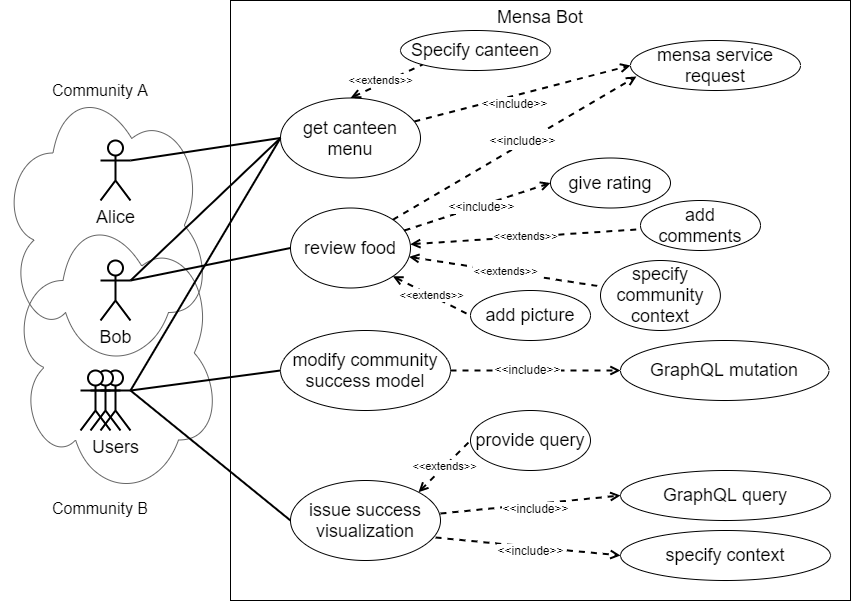
This is figures/concept/usecase.png from lakhoune/bachelor-thesis, a draw.io export, as it was before one commit. Source tidied: cells renumbered, new cells last; positions are measured from the earlier drawing's top-left corner, leaving out a move shared by most shapes.
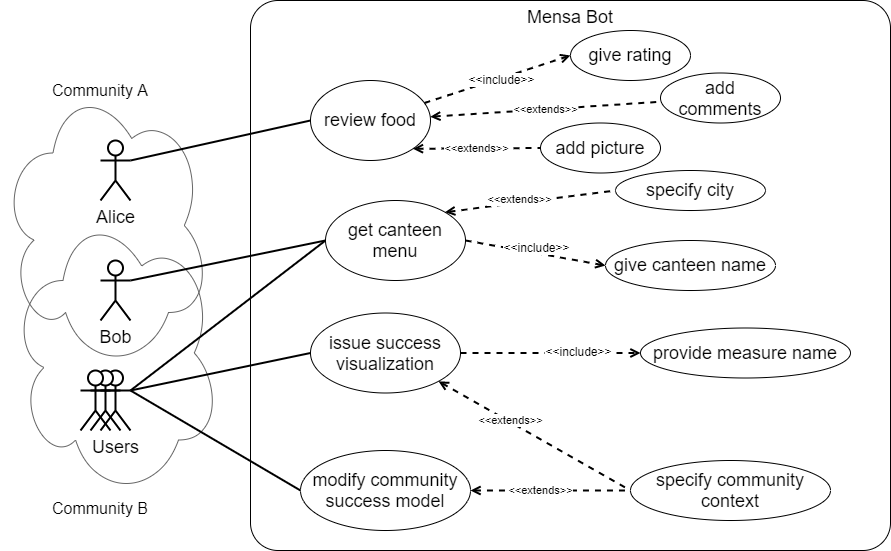
After the change.

Commit message:
update use case

Change to the diagram source:
```diff
@@ -8,13 +8,13 @@
     <mxCell id="3" style="ellipse;shape=cloud;whiteSpace=wrap;html=1;verticalAlign=middle;labelPosition=left;verticalLabelPosition=middle;align=right;fillColor=none;strokeColor=#666666;fontColor=#333333;" parent="1" vertex="1">
       <mxGeometry x="10" y="207.5" width="210" height="290" as="geometry" />
     </mxCell>
-    <mxCell id="4" value="Mensa Bot" style="rounded=0;whiteSpace=wrap;html=1;verticalAlign=top;fontSize=18;" parent="1" vertex="1">
-      <mxGeometry x="230" width="620" height="600" as="geometry" />
+    <mxCell id="4" value="Mensa Bot" style="rounded=1;whiteSpace=wrap;html=1;verticalAlign=top;fontSize=18;arcSize=5;" parent="1" vertex="1">
+      <mxGeometry x="250" width="640" height="550" as="geometry" />
     </mxCell>
     <mxCell id="5" value="Alice" style="shape=umlActor;verticalLabelPosition=bottom;labelBackgroundColor=#ffffff;verticalAlign=top;html=1;outlineConnect=0;fontSize=18;strokeWidth=2;" parent="1" vertex="1">
       <mxGeometry x="100" y="140" width="30" height="60" as="geometry" />
     </mxCell>
-    <mxCell id="6" style="rounded=0;jettySize=auto;html=1;exitX=1;exitY=0.3333333333333333;exitDx=0;exitDy=0;exitPerimeter=0;entryX=0;entryY=0.5;entryDx=0;entryDy=0;endArrow=none;endFill=0;fontSize=18;strokeWidth=2;" parent="1" edge="1" source="31" target="28">
+    <mxCell id="6" style="rounded=0;jettySize=auto;html=1;exitX=1;exitY=0.3333333333333333;exitDx=0;exitDy=0;exitPerimeter=0;entryX=0;entryY=0.5;entryDx=0;entryDy=0;endArrow=none;endFill=0;fontSize=18;strokeWidth=2;" parent="1" edge="1" source="5" target="28">
       <mxGeometry relative="1" as="geometry" />
     </mxCell>
     <mxCell id="7" style="edgeStyle=none;rounded=0;jettySize=auto;html=1;exitX=1;exitY=0.3333333333333333;exitDx=0;exitDy=0;exitPerimeter=0;endArrow=none;endFill=0;entryX=0;entryY=0.5;entryDx=0;entryDy=0;fontSize=18;strokeWidth=2;" parent="1" edge="1" source="10" target="17">
@@ -29,71 +29,23 @@
     <mxCell id="10" value="Users" style="shape=umlActor;verticalLabelPosition=bottom;labelBackgroundColor=none;verticalAlign=top;html=1;outlineConnect=0;fontSize=18;strokeWidth=2;" parent="1" vertex="1">
       <mxGeometry x="100" y="370" width="30" height="60" as="geometry" />
     </mxCell>
-    <mxCell id="11" style="edgeStyle=none;rounded=0;jettySize=auto;html=1;dashed=1;startFill=0;endArrow=open;endFill=0;strokeWidth=2;entryX=0;entryY=0.5;entryDx=0;entryDy=0;fontSize=18;" parent="1" edge="1" source="13" target="14">
-      <mxGeometry relative="1" as="geometry" />
-    </mxCell>
-    <mxCell id="12" value="&amp;lt;&amp;lt;include&amp;gt;&amp;gt;" style="text;html=1;align=center;verticalAlign=middle;labelBackgroundColor=#ffffff;rotation=0;fontSize=12;" parent="11" vertex="1">
-      <mxGeometry x="-0.24" y="2" relative="1" as="geometry">
-        <mxPoint x="11" as="offset" />
-      </mxGeometry>
-    </mxCell>
     <mxCell id="13" value="modify community success model" style="ellipse;whiteSpace=wrap;html=1;fontSize=18;" parent="1" vertex="1">
-      <mxGeometry x="280" y="330" width="170" height="80" as="geometry" />
+      <mxGeometry x="300" y="450" width="170" height="80" as="geometry" />
     </mxCell>
-    <mxCell id="14" value="GraphQL mutation" style="ellipse;whiteSpace=wrap;html=1;fontSize=18;" parent="1" vertex="1">
-      <mxGeometry x="620" y="340" width="208.5" height="60" as="geometry" />
-    </mxCell>
-    <mxCell id="15" style="edgeStyle=none;rounded=0;jettySize=auto;html=1;dashed=1;startFill=0;endArrow=open;endFill=0;strokeWidth=2;entryX=0;entryY=0.5;entryDx=0;entryDy=0;fontSize=18;exitX=1;exitY=0.413;exitDx=0;exitDy=0;exitPerimeter=0;" parent="1" edge="1" source="17" target="18">
+    <mxCell id="15" style="edgeStyle=none;rounded=0;jettySize=auto;html=1;dashed=1;startFill=0;endArrow=open;endFill=0;strokeWidth=2;entryX=0;entryY=0.5;entryDx=0;entryDy=0;fontSize=18;exitX=1;exitY=0.5;exitDx=0;exitDy=0;" parent="1" edge="1" source="17" target="18">
       <mxGeometry relative="1" as="geometry" />
     </mxCell>
     <mxCell id="16" value="&amp;lt;&amp;lt;include&amp;gt;&amp;gt;" style="text;html=1;align=center;verticalAlign=middle;labelBackgroundColor=#ffffff;rotation=0;fontSize=12;" parent="15" vertex="1">
       <mxGeometry x="0.31" y="1" relative="1" as="geometry">
-        <mxPoint x="-24.3" y="7.8" as="offset" />
+        <mxPoint x="-0.6" y="-1.2" as="offset" />
       </mxGeometry>
     </mxCell>
     <mxCell id="17" value="issue success visualization" style="ellipse;whiteSpace=wrap;html=1;fontSize=18;" parent="1" vertex="1">
-      <mxGeometry x="290" y="480" width="150" height="80" as="geometry" />
+      <mxGeometry x="310" y="312.5" width="150" height="80" as="geometry" />
     </mxCell>
-    <mxCell id="18" value="GraphQL query" style="ellipse;whiteSpace=wrap;html=1;fontSize=18;" parent="1" vertex="1">
-      <mxGeometry x="620" y="470" width="210" height="50" as="geometry" />
+    <mxCell id="18" value="provide measure name" style="ellipse;whiteSpace=wrap;html=1;fontSize=18;" parent="1" vertex="1">
+      <mxGeometry x="640" y="327.5" width="210" height="50" as="geometry" />
     </mxCell>
-    <mxCell id="19" style="edgeStyle=none;rounded=0;jettySize=auto;html=1;exitX=0;exitY=0.5;exitDx=0;exitDy=0;endArrow=none;endFill=0;entryX=1;entryY=0.3333333333333333;entryDx=0;entryDy=0;entryPerimeter=0;fontSize=18;strokeWidth=2;" parent="1" edge="1" source="22" target="5">
-      <mxGeometry relative="1" as="geometry" />
-    </mxCell>
-    <mxCell id="20" style="edgeStyle=none;rounded=0;jettySize=auto;html=1;dashed=1;startFill=0;endArrow=open;endFill=0;strokeWidth=2;fontSize=18;entryX=0;entryY=0.5;entryDx=0;entryDy=0;" parent="1" edge="1" source="22" target="23">
-      <mxGeometry relative="1" as="geometry" />
-    </mxCell>
-    <mxCell id="21" value="&amp;lt;&amp;lt;include&amp;gt;&amp;gt;" style="text;html=1;align=center;verticalAlign=middle;labelBackgroundColor=#ffffff;fontSize=12;rotation=0;" parent="20" vertex="1">
-      <mxGeometry x="-0.3" relative="1" as="geometry">
-        <mxPoint x="24" y="0.8" as="offset" />
-      </mxGeometry>
-    </mxCell>
-    <mxCell id="22" value="get canteen menu" style="ellipse;whiteSpace=wrap;html=1;fontSize=18;" parent="1" vertex="1">
-      <mxGeometry x="280" y="97.5" width="140" height="80" as="geometry" />
-    </mxCell>
-    <mxCell id="23" value="mensa service request" style="ellipse;whiteSpace=wrap;html=1;fontSize=18;" parent="1" vertex="1">
-      <mxGeometry x="630" y="40" width="170" height="50" as="geometry" />
-    </mxCell>
-    <mxCell id="24" style="edgeStyle=none;rounded=0;jettySize=auto;html=1;endArrow=open;endFill=0;startArrow=none;startFill=0;dashed=1;strokeWidth=2;entryX=0.035;entryY=0.72;entryDx=0;entryDy=0;fontSize=18;entryPerimeter=0;exitX=1;exitY=0;exitDx=0;exitDy=0;" parent="1" edge="1" source="28" target="23">
-      <mxGeometry relative="1" as="geometry" />
-    </mxCell>
-    <mxCell id="25" value="&lt;font style=&quot;font-size: 12px&quot;&gt;&amp;lt;&amp;lt;include&amp;gt;&amp;gt;&lt;/font&gt;" style="text;html=1;align=center;verticalAlign=middle;labelBackgroundColor=#ffffff;rotation=0;fontSize=18;" parent="24" vertex="1">
-      <mxGeometry x="0.27" y="1" relative="1" as="geometry">
-        <mxPoint x="-25.1" y="10.8" as="offset" />
-      </mxGeometry>
-    </mxCell>
-    <mxCell id="26" value="&amp;lt;&amp;lt;extends&amp;gt;&amp;gt;" style="edgeStyle=none;rounded=0;jettySize=auto;html=1;exitX=1;exitY=1;exitDx=0;exitDy=0;entryX=0;entryY=0.5;entryDx=0;entryDy=0;dashed=1;startArrow=open;startFill=0;endArrow=none;endFill=0;strokeWidth=2;" parent="1" edge="1" source="28" target="39">
-      <mxGeometry relative="1" as="geometry" />
-    </mxCell>
-    <mxCell id="27" value="&amp;lt;&amp;lt;extends&amp;gt;&amp;gt;" style="edgeStyle=none;rounded=0;jettySize=auto;html=1;dashed=1;startArrow=open;startFill=0;endArrow=none;endFill=0;strokeWidth=2;" parent="1" edge="1" source="28" target="38">
-      <mxGeometry relative="1" as="geometry" />
-    </mxCell>
-    <mxCell id="28" value="review food" style="ellipse;whiteSpace=wrap;html=1;fontSize=18;" parent="1" vertex="1">
-      <mxGeometry x="290" y="207.5" width="120" height="80" as="geometry" />
-    </mxCell>
-    <mxCell id="29" value="give rating" style="ellipse;whiteSpace=wrap;html=1;fontSize=18;" parent="1" vertex="1">
-      <mxGeometry x="550" y="157.5" width="120" height="50" as="geometry" />
-    </mxCell>
     <mxCell id="30" style="rounded=0;jettySize=auto;html=1;exitX=1;exitY=0.3333333333333333;exitDx=0;exitDy=0;exitPerimeter=0;entryX=0;entryY=0.5;entryDx=0;entryDy=0;fontSize=18;strokeWidth=2;endFill=0;endArrow=none;" parent="1" edge="1" source="31" target="22">
       <mxGeometry relative="1" as="geometry" />
     </mxCell>
@@ -106,54 +58,76 @@
     <mxCell id="33" style="shape=umlActor;verticalLabelPosition=bottom;labelBackgroundColor=#ffffff;verticalAlign=top;html=1;fontSize=18;strokeWidth=2;" parent="1" vertex="1">
       <mxGeometry x="80" y="370" width="30" height="60" as="geometry" />
     </mxCell>
+    <mxCell id="40" value="&lt;font style=&quot;font-size: 18px&quot;&gt;specify community context&lt;/font&gt;" style="ellipse;whiteSpace=wrap;html=1;labelBackgroundColor=none;fontSize=12;" parent="1" vertex="1">
+      <mxGeometry x="630" y="460" width="200" height="60" as="geometry" />
+    </mxCell>
+    <mxCell id="41" value="&amp;lt;&amp;lt;extends&amp;gt;&amp;gt;" style="edgeStyle=none;rounded=0;jettySize=auto;html=1;dashed=1;startArrow=open;startFill=0;endArrow=none;endFill=0;entryX=0;entryY=0.5;entryDx=0;entryDy=0;exitX=1;exitY=1;exitDx=0;exitDy=0;strokeWidth=2;" parent="1" edge="1" source="17" target="40">
+      <mxGeometry x="-0.26" y="2" relative="1" as="geometry" />
+    </mxCell>
+    <mxCell id="47" value="&lt;font style=&quot;font-size: 16px&quot;&gt;Community A&lt;/font&gt;" style="text;html=1;strokeColor=none;fillColor=none;align=center;verticalAlign=middle;whiteSpace=wrap;rounded=0;" parent="1" vertex="1">
+      <mxGeometry x="40" y="80" width="120" height="20" as="geometry" />
+    </mxCell>
+    <mxCell id="48" value="&lt;font style=&quot;font-size: 16px&quot;&gt;Community B&lt;/font&gt;" style="text;html=1;strokeColor=none;fillColor=none;align=center;verticalAlign=middle;whiteSpace=wrap;rounded=0;" parent="1" vertex="1">
+      <mxGeometry x="40" y="497.5" width="120" height="20" as="geometry" />
+    </mxCell>
+    <mxCell id="49" value="&amp;lt;&amp;lt;extends&amp;gt;&amp;gt;" style="edgeStyle=none;rounded=0;jettySize=auto;html=1;dashed=1;startArrow=open;startFill=0;endArrow=none;endFill=0;entryX=0;entryY=0.5;entryDx=0;entryDy=0;exitX=1;exitY=0.5;exitDx=0;exitDy=0;strokeWidth=2;" parent="1" edge="1" source="13" target="40">
+      <mxGeometry x="-0.12" relative="1" as="geometry" />
+    </mxCell>
+    <mxCell id="50" style="group;" parent="1" vertex="1">
+      <mxGeometry x="325" y="170" width="440" height="110" as="geometry" />
+    </mxCell>
+    <mxCell id="22" value="get canteen menu" style="ellipse;whiteSpace=wrap;html=1;fontSize=18;" parent="50" vertex="1">
+      <mxGeometry y="30" width="140" height="80" as="geometry" />
+    </mxCell>
-    <mxCell id="34" value="&lt;font style=&quot;font-size: 18px&quot;&gt;Specify canteen&lt;/font&gt;" style="ellipse;whiteSpace=wrap;html=1;labelBackgroundColor=none;" parent="1" vertex="1">
-      <mxGeometry x="400" y="30" width="150" height="40" as="geometry" />
+    <mxCell id="34" value="&lt;font style=&quot;font-size: 18px&quot;&gt;specify city&lt;/font&gt;" style="ellipse;whiteSpace=wrap;html=1;labelBackgroundColor=none;" parent="50" vertex="1">
+      <mxGeometry x="290" width="150" height="40" as="geometry" />
     </mxCell>
-    <mxCell id="35" value="&amp;lt;&amp;lt;extends&amp;gt;&amp;gt;" style="rounded=0;jettySize=auto;html=1;entryX=0;entryY=1;entryDx=0;entryDy=0;startArrow=open;startFill=0;endArrow=none;endFill=0;dashed=1;strokeWidth=2;exitX=0.5;exitY=0;exitDx=0;exitDy=0;" parent="1" edge="1" source="22" target="34">
+    <mxCell id="35" value="&amp;lt;&amp;lt;extends&amp;gt;&amp;gt;" style="rounded=0;jettySize=auto;html=1;entryX=0;entryY=0.5;entryDx=0;entryDy=0;startArrow=open;startFill=0;endArrow=none;endFill=0;dashed=1;strokeWidth=2;exitX=1;exitY=0;exitDx=0;exitDy=0;" parent="50" edge="1" source="22" target="34">
       <mxGeometry x="-0.13" y="3" relative="1" as="geometry" />
     </mxCell>
-    <mxCell id="36" style="edgeStyle=none;rounded=0;jettySize=auto;html=1;endArrow=open;endFill=0;startArrow=none;startFill=0;dashed=1;strokeWidth=2;fontSize=18;entryX=0;entryY=0.5;entryDx=0;entryDy=0;" parent="1" edge="1" source="28" target="29">
-      <mxGeometry relative="1" as="geometry" />
-    </mxCell>
-    <mxCell id="37" value="&amp;lt;&amp;lt;include&amp;gt;&amp;gt;" style="text;html=1;align=center;verticalAlign=middle;labelBackgroundColor=#ffffff;rotation=0;fontSize=12;" parent="36" vertex="1">
-      <mxGeometry x="0.27" y="1" relative="1" as="geometry">
-        <mxPoint x="-15.1" y="6.9" as="offset" />
-      </mxGeometry>
-    </mxCell>
+    <mxCell id="51" value="give canteen name" style="ellipse;whiteSpace=wrap;html=1;fontSize=18;" parent="50" vertex="1">
+      <mxGeometry x="280" y="70" width="170" height="50" as="geometry" />
+    </mxCell>
+    <mxCell id="52" style="edgeStyle=none;rounded=0;jettySize=auto;html=1;endArrow=open;endFill=0;startArrow=none;startFill=0;dashed=1;strokeWidth=2;fontSize=18;entryX=0;entryY=0.5;entryDx=0;entryDy=0;exitX=1;exitY=0.5;exitDx=0;exitDy=0;" parent="50" edge="1" source="22" target="51">
+      <mxGeometry relative="1" as="geometry" />
+    </mxCell>
+    <mxCell id="53" value="&amp;lt;&amp;lt;include&amp;gt;&amp;gt;" style="text;html=1;align=center;verticalAlign=middle;labelBackgroundColor=#ffffff;rotation=0;fontSize=12;" parent="52" vertex="1">
+      <mxGeometry x="0.27" y="1" relative="1" as="geometry">
+        <mxPoint x="-18.8" y="-8.5" as="offset" />
+      </mxGeometry>
+    </mxCell>
+    <mxCell id="54" style="group;" parent="1" vertex="1">
+      <mxGeometry x="310" y="30" width="470" height="157.5" as="geometry" />
+    </mxCell>
+    <mxCell id="29" value="give rating" style="ellipse;whiteSpace=wrap;html=1;fontSize=18;" parent="54" vertex="1">
+      <mxGeometry x="260" width="120" height="50" as="geometry" />
+    </mxCell>
-    <mxCell id="38" value="add comments" style="ellipse;whiteSpace=wrap;html=1;fontSize=18;" parent="1" vertex="1">
-      <mxGeometry x="640" y="200" width="120" height="50" as="geometry" />
+    <mxCell id="38" value="add comments" style="ellipse;whiteSpace=wrap;html=1;fontSize=18;" parent="54" vertex="1">
+      <mxGeometry x="350" y="42.5" width="120" height="50" as="geometry" />
     </mxCell>
-    <mxCell id="39" value="add picture" style="ellipse;whiteSpace=wrap;html=1;fontSize=18;" parent="1" vertex="1">
-      <mxGeometry x="470" y="290" width="120" height="50" as="geometry" />
+    <mxCell id="39" value="add picture" style="ellipse;whiteSpace=wrap;html=1;fontSize=18;" parent="54" vertex="1">
+      <mxGeometry x="230" y="92.5" width="120" height="50" as="geometry" />
     </mxCell>
-    <mxCell id="40" value="&lt;font style=&quot;font-size: 18px&quot;&gt;provide query&lt;/font&gt;" style="ellipse;whiteSpace=wrap;html=1;labelBackgroundColor=none;fontSize=12;" parent="1" vertex="1">
-      <mxGeometry x="470" y="410" width="120" height="60" as="geometry" />
-    </mxCell>
-    <mxCell id="41" value="&amp;lt;&amp;lt;extends&amp;gt;&amp;gt;" style="edgeStyle=none;rounded=0;jettySize=auto;html=1;dashed=1;startArrow=open;startFill=0;endArrow=none;endFill=0;entryX=0;entryY=0.5;entryDx=0;entryDy=0;exitX=1;exitY=0;exitDx=0;exitDy=0;strokeWidth=2;" parent="1" edge="1" source="17" target="40">
-      <mxGeometry relative="1" as="geometry" />
-    </mxCell>
-    <mxCell id="42" style="edgeStyle=none;rounded=0;jettySize=auto;html=1;dashed=1;startFill=0;endArrow=open;endFill=0;strokeWidth=2;entryX=0;entryY=0.5;entryDx=0;entryDy=0;fontSize=18;exitX=0.967;exitY=0.713;exitDx=0;exitDy=0;exitPerimeter=0;" parent="1" edge="1" source="17" target="44">
-      <mxGeometry relative="1" as="geometry" />
-    </mxCell>
-    <mxCell id="43" value="&amp;lt;&amp;lt;include&amp;gt;&amp;gt;" style="text;html=1;align=center;verticalAlign=middle;labelBackgroundColor=#ffffff;rotation=0;fontSize=12;" parent="42" vertex="1">
-      <mxGeometry x="0.31" y="1" relative="1" as="geometry">
-        <mxPoint x="-26.6" y="2.2" as="offset" />
-      </mxGeometry>
-    </mxCell>
-    <mxCell id="44" value="specify context" style="ellipse;whiteSpace=wrap;html=1;fontSize=18;" parent="1" vertex="1">
-      <mxGeometry x="620" y="530" width="210" height="50" as="geometry" />
-    </mxCell>
-    <mxCell id="45" value="&amp;lt;&amp;lt;extends&amp;gt;&amp;gt;" style="edgeStyle=none;rounded=0;jettySize=auto;html=1;dashed=1;startArrow=open;startFill=0;endArrow=none;endFill=0;strokeWidth=2;" parent="1" edge="1" source="28" target="46">
-      <mxGeometry relative="1" as="geometry" />
-    </mxCell>
-    <mxCell id="46" value="specify community context" style="ellipse;whiteSpace=wrap;html=1;fontSize=18;" parent="1" vertex="1">
-      <mxGeometry x="600" y="260" width="119.9" height="70" as="geometry" />
-    </mxCell>
-    <mxCell id="47" value="&lt;font style=&quot;font-size: 16px&quot;&gt;Community A&lt;/font&gt;" style="text;html=1;strokeColor=none;fillColor=none;align=center;verticalAlign=middle;whiteSpace=wrap;rounded=0;" parent="1" vertex="1">
-      <mxGeometry x="40" y="80" width="120" height="20" as="geometry" />
-    </mxCell>
-    <mxCell id="48" value="&lt;font style=&quot;font-size: 16px&quot;&gt;Community B&lt;/font&gt;" style="text;html=1;strokeColor=none;fillColor=none;align=center;verticalAlign=middle;whiteSpace=wrap;rounded=0;" parent="1" vertex="1">
-      <mxGeometry x="40" y="497.5" width="120" height="20" as="geometry" />
-    </mxCell>
+    <mxCell id="28" value="review food" style="ellipse;whiteSpace=wrap;html=1;fontSize=18;" parent="54" vertex="1">
+      <mxGeometry y="50" width="120" height="80" as="geometry" />
+    </mxCell>
+    <mxCell id="26" value="&amp;lt;&amp;lt;extends&amp;gt;&amp;gt;" style="edgeStyle=none;rounded=0;jettySize=auto;html=1;exitX=1;exitY=1;exitDx=0;exitDy=0;entryX=0;entryY=0.5;entryDx=0;entryDy=0;dashed=1;startArrow=open;startFill=0;endArrow=none;endFill=0;strokeWidth=2;" parent="54" edge="1" source="28" target="39">
+      <mxGeometry as="geometry" />
+    </mxCell>
+    <mxCell id="55" value="&amp;lt;&amp;lt;extends&amp;gt;&amp;gt;" style="edgeStyle=none;rounded=0;jettySize=auto;html=1;dashed=1;startArrow=open;startFill=0;endArrow=none;endFill=0;strokeWidth=2;" parent="54" edge="1" source="28">
+      <mxGeometry as="geometry">
+        <mxPoint x="350.7" y="71.2" as="targetPoint" />
+      </mxGeometry>
+    </mxCell>
+    <mxCell id="56" style="edgeStyle=none;rounded=0;jettySize=auto;html=1;endArrow=open;endFill=0;startArrow=none;startFill=0;dashed=1;strokeWidth=2;fontSize=18;entryX=0;entryY=0.5;entryDx=0;entryDy=0;" parent="54" edge="1" source="28">
+      <mxGeometry as="geometry">
+        <mxPoint x="260" y="25" as="targetPoint" />
+      </mxGeometry>
+    </mxCell>
+    <mxCell id="57" value="&amp;lt;&amp;lt;include&amp;gt;&amp;gt;" style="text;html=1;align=center;verticalAlign=middle;labelBackgroundColor=#ffffff;rotation=0;fontSize=12;" parent="56" vertex="1">
+      <mxGeometry x="0.27" y="1" relative="1" as="geometry">
+        <mxPoint x="-15.1" y="6.9" as="offset" />
+      </mxGeometry>
+    </mxCell>
   </root>
 </mxGraphModel>
```
